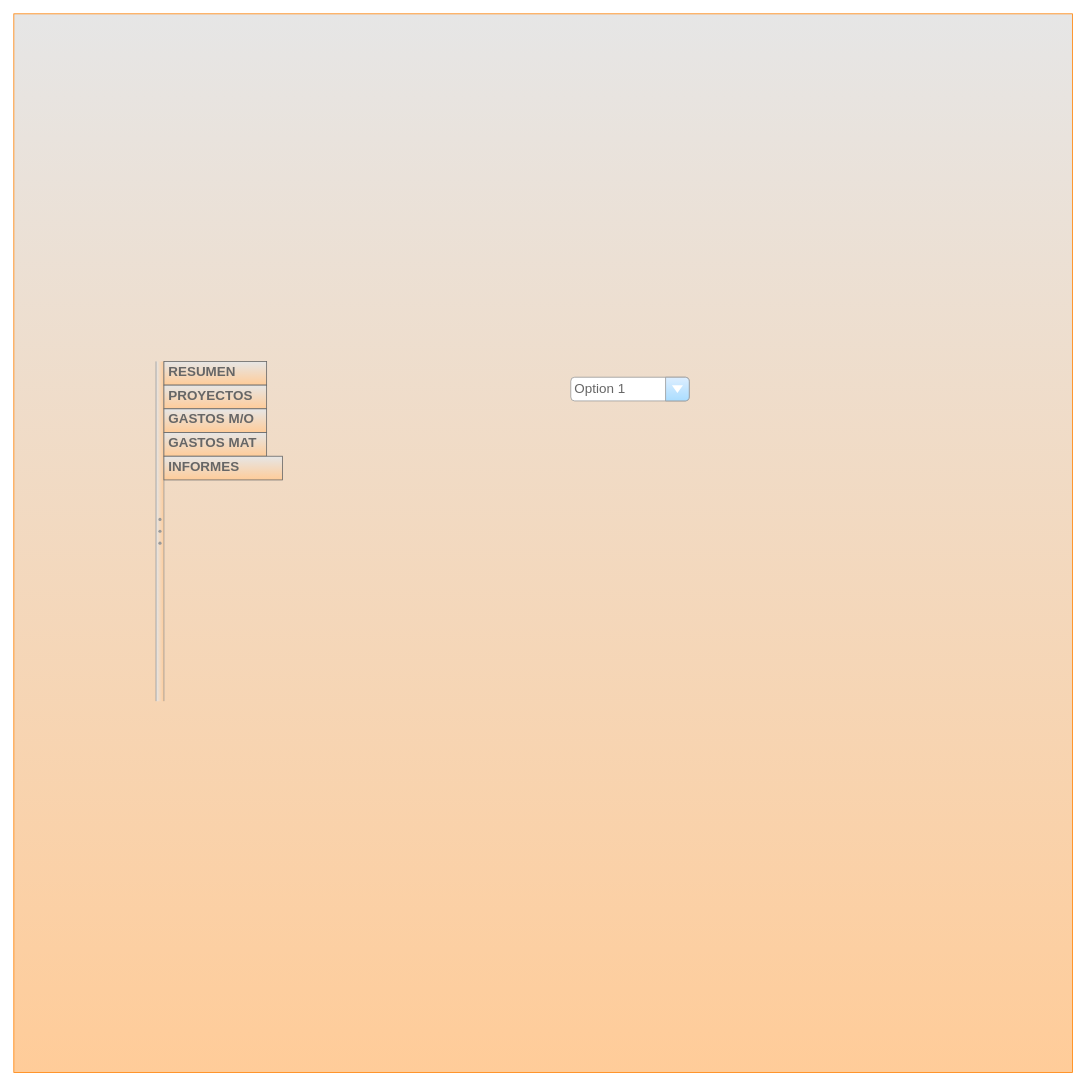
Earlier version of the draw.io diagram page "INFORME" (7 of 7) of PROYECTO DECOTECNIC/esquema.drawio (GonzaloRuizC/PROJECTODECOTECNIC). Source tidied: cells renumbered, new cells numbered last; positions are measured from the earlier drawing's top-left corner, leaving out a move shared by most shapes. Both pictures are drawn from the tidied source at 79%, with x=0, y=0 at pixel (13, 13).
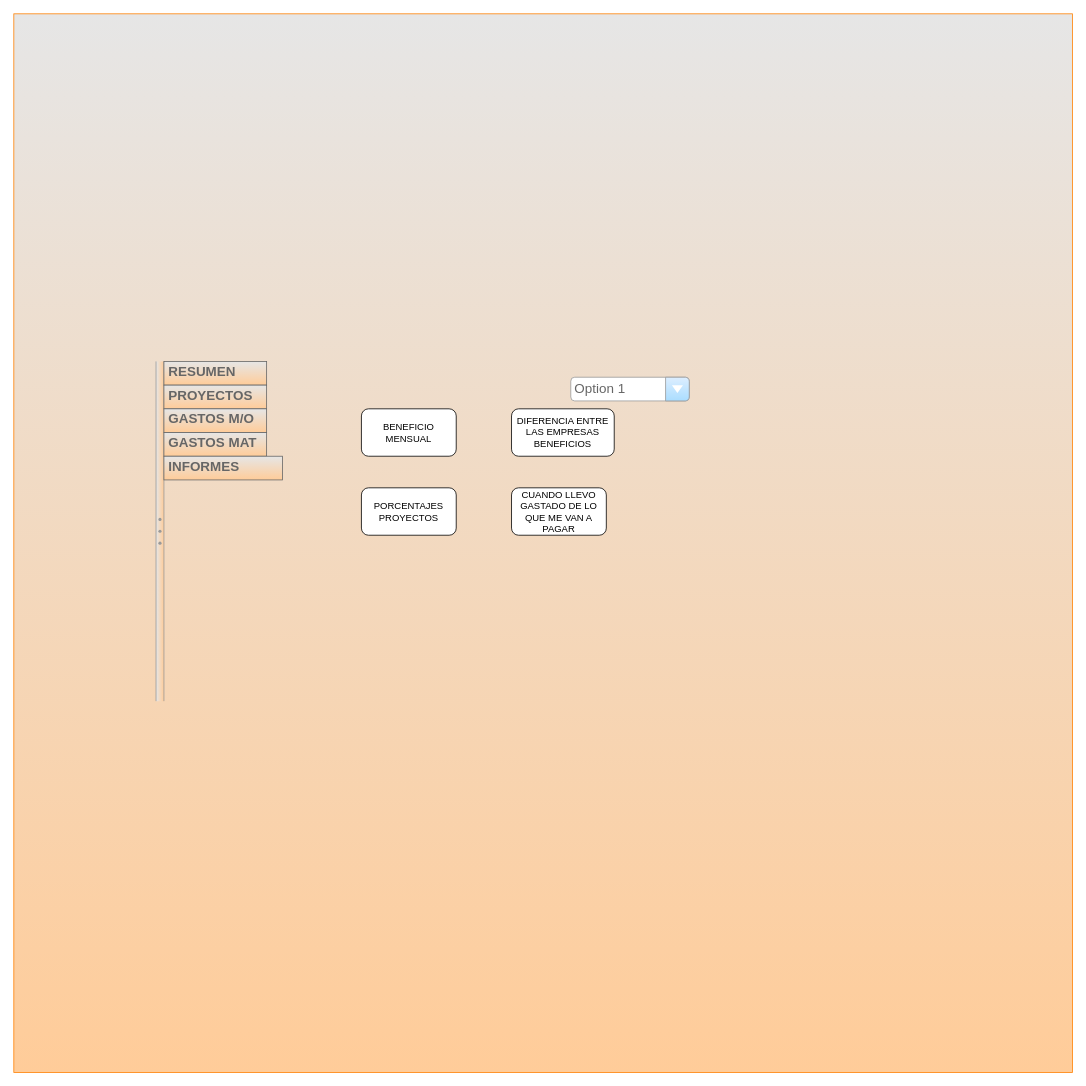
The same page after the edit.

Change to the diagram source:
```diff
@@
 <mxGraphModel>
   <root>
     <mxCell id="0" />
     <mxCell id="1" parent="0" />
     <mxCell id="2" style="whiteSpace=wrap;html=1;labelBackgroundColor=none;fontSize=13;strokeColor=#FF8000;fillColor=#E6E6E6;gradientColor=#FFCC99;labelPosition=center;verticalLabelPosition=middle;align=center;verticalAlign=middle;" parent="1" vertex="1">
       <mxGeometry width="1340" height="1340" as="geometry" />
     </mxCell>
     <mxCell id="3" style="verticalLabelPosition=bottom;shadow=0;dashed=0;align=center;html=1;verticalAlign=top;strokeWidth=1;shape=mxgraph.mockup.forms.splitter;strokeColor=#999999;direction=north;labelBackgroundColor=none;fontSize=13;fillColor=#E6E6E6;gradientColor=#FFCC99;" parent="1" vertex="1">
       <mxGeometry x="180" y="440" width="10" height="430" as="geometry" />
     </mxCell>
     <mxCell id="4" value="&lt;b&gt;RESUMEN&lt;/b&gt;" style="strokeWidth=1;shadow=0;dashed=0;align=center;html=1;shape=mxgraph.mockup.text.textBox;fontColor=#666666;align=left;fontSize=17;spacingLeft=4;spacingTop=-3;strokeColor=#666666;mainText=;labelBackgroundColor=none;fillColor=#E6E6E6;gradientColor=#FFCC99;" parent="1" vertex="1">
       <mxGeometry x="190" y="440" width="130" height="30" as="geometry" />
     </mxCell>
     <mxCell id="5" value="&lt;b&gt;PROYECTOS&lt;/b&gt;" style="strokeWidth=1;shadow=0;dashed=0;align=center;html=1;shape=mxgraph.mockup.text.textBox;fontColor=#666666;align=left;fontSize=17;spacingLeft=4;spacingTop=-3;strokeColor=#666666;mainText=;labelBackgroundColor=none;fillColor=#E6E6E6;gradientColor=#FFCC99;" parent="1" vertex="1">
       <mxGeometry x="190" y="470" width="130" height="30" as="geometry" />
     </mxCell>
     <mxCell id="6" value="&lt;b&gt;GASTOS M/O&lt;/b&gt;" style="strokeWidth=1;shadow=0;dashed=0;align=center;html=1;shape=mxgraph.mockup.text.textBox;fontColor=#666666;align=left;fontSize=17;spacingLeft=4;spacingTop=-3;strokeColor=#666666;mainText=;labelBackgroundColor=none;fillColor=#E6E6E6;gradientColor=#FFCC99;" parent="1" vertex="1">
       <mxGeometry x="190" y="500" width="130" height="30" as="geometry" />
     </mxCell>
     <mxCell id="7" value="&lt;b&gt;GASTOS MAT&lt;/b&gt;" style="strokeWidth=1;shadow=0;dashed=0;align=center;html=1;shape=mxgraph.mockup.text.textBox;fontColor=#666666;align=left;fontSize=17;spacingLeft=4;spacingTop=-3;strokeColor=#666666;mainText=;labelBackgroundColor=none;fillColor=#E6E6E6;gradientColor=#FFCC99;" parent="1" vertex="1">
       <mxGeometry x="190" y="530" width="130" height="30" as="geometry" />
     </mxCell>
     <mxCell id="8" value="&lt;b&gt;&lt;font style=&quot;font-size: 17px&quot;&gt;INFORMES&lt;/font&gt;&lt;/b&gt;" style="strokeWidth=1;shadow=0;dashed=0;align=center;html=1;shape=mxgraph.mockup.text.textBox;fontColor=#666666;align=left;fontSize=17;spacingLeft=4;spacingTop=-3;strokeColor=#666666;mainText=;labelBackgroundColor=none;fillColor=#E6E6E6;gradientColor=#FFCC99;" parent="1" vertex="1">
       <mxGeometry x="190" y="560" width="150" height="30" as="geometry" />
     </mxCell>
     <mxCell id="9" value="Option 1" style="strokeWidth=1;shadow=0;dashed=0;align=center;html=1;shape=mxgraph.mockup.forms.comboBox;strokeColor=#999999;fillColor=#ddeeff;align=left;fillColor2=#aaddff;mainText=;fontColor=#666666;fontSize=17;spacingLeft=3;labelBackgroundColor=none;" parent="1" vertex="1">
       <mxGeometry x="705" y="460" width="150" height="30" as="geometry" />
     </mxCell>
+    <mxCell id="10" value="BENEFICIO MENSUAL" style="rounded=1;whiteSpace=wrap;html=1;" parent="1" vertex="1">
+      <mxGeometry x="440" y="500" width="120" height="60" as="geometry" />
+    </mxCell>
+    <mxCell id="11" value="PORCENTAJES PROYECTOS" style="rounded=1;whiteSpace=wrap;html=1;" parent="1" vertex="1">
+      <mxGeometry x="440" y="600" width="120" height="60" as="geometry" />
+    </mxCell>
+    <mxCell id="12" value="DIFERENCIA ENTRE LAS EMPRESAS&lt;br&gt;BENEFICIOS" style="rounded=1;whiteSpace=wrap;html=1;" parent="1" vertex="1">
+      <mxGeometry x="630" y="500" width="130" height="60" as="geometry" />
+    </mxCell>
+    <mxCell id="13" value="CUANDO LLEVO GASTADO DE LO QUE ME VAN A PAGAR" style="rounded=1;whiteSpace=wrap;html=1;" parent="1" vertex="1">
+      <mxGeometry x="630" y="600" width="120" height="60" as="geometry" />
+    </mxCell>
   </root>
 </mxGraphModel>
```
